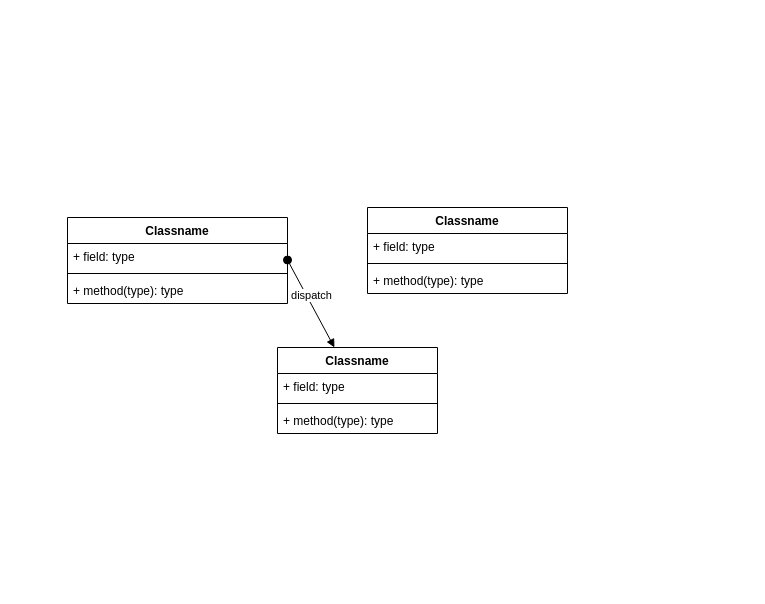
The draw.io diagram Untitled Diagram.drawio in eternalsad/design_information_systems, before the edit. Source tidied: cells renumbered, new cells numbered last; positions are measured from the earlier drawing's top-left corner, leaving out a move shared by most shapes. Both pictures are drawn from the tidied source at 100%, with x=0, y=0 at pixel (67, 207).
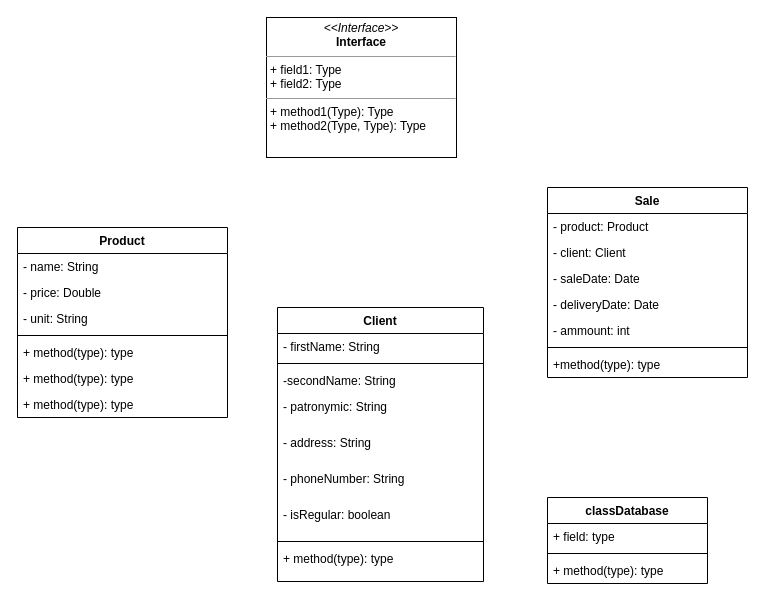
Above is the later version.

Commit message:
add: add base classes

Change to the diagram source:
```diff
@@
+    <mxCell id="15" value="&lt;p style=&quot;margin:0px;margin-top:4px;text-align:center;&quot;&gt;&lt;i&gt;&amp;lt;&amp;lt;Interface&amp;gt;&amp;gt;&lt;/i&gt;&lt;br/&gt;&lt;b&gt;Interface&lt;/b&gt;&lt;/p&gt;&lt;hr size=&quot;1&quot;/&gt;&lt;p style=&quot;margin:0px;margin-left:4px;&quot;&gt;+ field1: Type&lt;br/&gt;+ field2: Type&lt;/p&gt;&lt;hr size=&quot;1&quot;/&gt;&lt;p style=&quot;margin:0px;margin-left:4px;&quot;&gt;+ method1(Type): Type&lt;br/&gt;+ method2(Type, Type): Type&lt;/p&gt;" style="verticalAlign=top;align=left;overflow=fill;fontSize=12;fontFamily=Helvetica;html=1;" parent="1" vertex="1">
+      <mxGeometry x="199" y="-190" width="190" height="140" as="geometry" />
+    </mxCell>
-    <mxCell id="2" value="Classname" style="swimlane;fontStyle=1;align=center;verticalAlign=top;horizontal=1;startSize=26;" parent="1" vertex="1">
-      <mxGeometry y="10" width="220" height="86" as="geometry" />
+    <mxCell id="2" value="Product" style="swimlane;fontStyle=1;align=center;verticalAlign=top;horizontal=1;startSize=26;" parent="1" vertex="1">
+      <mxGeometry x="-50" y="20" width="210" height="190" as="geometry" />
     </mxCell>
-    <mxCell id="3" value="+ field: type" style="text;strokeColor=none;fillColor=none;align=left;verticalAlign=top;spacingLeft=4;spacingRight=4;overflow=hidden;" parent="2" vertex="1">
-      <mxGeometry y="26" width="220" height="26" as="geometry" />
+    <mxCell id="3" value="- name: String" style="text;strokeColor=none;fillColor=none;align=left;verticalAlign=top;spacingLeft=4;spacingRight=4;overflow=hidden;" parent="2" vertex="1">
+      <mxGeometry y="26" width="210" height="26" as="geometry" />
     </mxCell>
-    <mxCell id="4" style="line;strokeWidth=1;fillColor=none;align=left;verticalAlign=middle;spacingTop=-1;spacingLeft=3;spacingRight=3;labelPosition=right;" parent="2" vertex="1">
-      <mxGeometry y="52" width="220" height="8" as="geometry" />
-    </mxCell>
+    <mxCell id="16" value="- price: Double" style="text;strokeColor=none;fillColor=none;align=left;verticalAlign=top;spacingLeft=4;spacingRight=4;overflow=hidden;" parent="2" vertex="1">
+      <mxGeometry y="52" width="210" height="26" as="geometry" />
+    </mxCell>
+    <mxCell id="17" value="- unit: String" style="text;strokeColor=none;fillColor=none;align=left;verticalAlign=top;spacingLeft=4;spacingRight=4;overflow=hidden;" parent="2" vertex="1">
+      <mxGeometry y="78" width="210" height="26" as="geometry" />
+    </mxCell>
+    <mxCell id="18" style="line;strokeWidth=1;fillColor=none;align=left;verticalAlign=middle;spacingTop=-1;spacingLeft=3;spacingRight=3;labelPosition=right;" parent="2" vertex="1">
+      <mxGeometry y="104" width="210" height="8" as="geometry" />
+    </mxCell>
     <mxCell id="5" value="+ method(type): type" style="text;strokeColor=none;fillColor=none;align=left;verticalAlign=top;spacingLeft=4;spacingRight=4;overflow=hidden;" parent="2" vertex="1">
-      <mxGeometry y="60" width="220" height="26" as="geometry" />
+      <mxGeometry y="112" width="210" height="26" as="geometry" />
     </mxCell>
-    <mxCell id="6" value="Classname" style="swimlane;fontStyle=1;align=center;verticalAlign=top;horizontal=1;startSize=26;" parent="1" vertex="1">
-      <mxGeometry x="300" width="200" height="86" as="geometry" />
-    </mxCell>
-    <mxCell id="7" value="+ field: type" style="text;strokeColor=none;fillColor=none;align=left;verticalAlign=top;spacingLeft=4;spacingRight=4;overflow=hidden;" parent="6" vertex="1">
-      <mxGeometry y="26" width="200" height="26" as="geometry" />
-    </mxCell>
-    <mxCell id="8" style="line;strokeWidth=1;fillColor=none;align=left;verticalAlign=middle;spacingTop=-1;spacingLeft=3;spacingRight=3;labelPosition=right;" parent="6" vertex="1">
-      <mxGeometry y="52" width="200" height="8" as="geometry" />
-    </mxCell>
-    <mxCell id="9" value="+ method(type): type" style="text;strokeColor=none;fillColor=none;align=left;verticalAlign=top;spacingLeft=4;spacingRight=4;overflow=hidden;" parent="6" vertex="1">
-      <mxGeometry y="60" width="200" height="26" as="geometry" />
-    </mxCell>
+    <mxCell id="19" value="+ method(type): type" style="text;strokeColor=none;fillColor=none;align=left;verticalAlign=top;spacingLeft=4;spacingRight=4;overflow=hidden;" parent="2" vertex="1">
+      <mxGeometry y="138" width="210" height="26" as="geometry" />
+    </mxCell>
+    <mxCell id="20" value="+ method(type): type" style="text;strokeColor=none;fillColor=none;align=left;verticalAlign=top;spacingLeft=4;spacingRight=4;overflow=hidden;" parent="2" vertex="1">
+      <mxGeometry y="164" width="210" height="26" as="geometry" />
+    </mxCell>
-    <mxCell id="10" value="Classname" style="swimlane;fontStyle=1;align=center;verticalAlign=top;horizontal=1;startSize=26;" parent="1" vertex="1">
-      <mxGeometry x="210" y="140" width="160" height="86" as="geometry" />
+    <mxCell id="10" value="Client" style="swimlane;fontStyle=1;align=center;verticalAlign=top;horizontal=1;startSize=26;" parent="1" vertex="1">
+      <mxGeometry x="210" y="100" width="206" height="274" as="geometry" />
     </mxCell>
-    <mxCell id="11" value="+ field: type" style="text;strokeColor=none;fillColor=none;align=left;verticalAlign=top;spacingLeft=4;spacingRight=4;overflow=hidden;" parent="10" vertex="1">
-      <mxGeometry y="26" width="160" height="26" as="geometry" />
+    <mxCell id="11" value="- firstName: String" style="text;strokeColor=none;fillColor=none;align=left;verticalAlign=top;spacingLeft=4;spacingRight=4;overflow=hidden;" parent="10" vertex="1">
+      <mxGeometry y="26" width="206" height="26" as="geometry" />
     </mxCell>
     <mxCell id="12" style="line;strokeWidth=1;fillColor=none;align=left;verticalAlign=middle;spacingTop=-1;spacingLeft=3;spacingRight=3;labelPosition=right;" parent="10" vertex="1">
-      <mxGeometry y="52" width="160" height="8" as="geometry" />
+      <mxGeometry y="52" width="206" height="8" as="geometry" />
     </mxCell>
+    <mxCell id="21" value="-secondName: String" style="text;strokeColor=none;fillColor=none;align=left;verticalAlign=top;spacingLeft=4;spacingRight=4;overflow=hidden;" parent="10" vertex="1">
+      <mxGeometry y="60" width="206" height="26" as="geometry" />
+    </mxCell>
+    <mxCell id="22" value="- patronymic: String" style="text;strokeColor=none;fillColor=none;align=left;verticalAlign=top;spacingLeft=4;spacingRight=4;overflow=hidden;" parent="10" vertex="1">
+      <mxGeometry y="86" width="206" height="36" as="geometry" />
+    </mxCell>
+    <mxCell id="23" value="- address: String" style="text;strokeColor=none;fillColor=none;align=left;verticalAlign=top;spacingLeft=4;spacingRight=4;overflow=hidden;" parent="10" vertex="1">
+      <mxGeometry y="122" width="206" height="36" as="geometry" />
+    </mxCell>
+    <mxCell id="24" value="- phoneNumber: String" style="text;strokeColor=none;fillColor=none;align=left;verticalAlign=top;spacingLeft=4;spacingRight=4;overflow=hidden;" parent="10" vertex="1">
+      <mxGeometry y="158" width="206" height="36" as="geometry" />
+    </mxCell>
+    <mxCell id="25" value="- isRegular: boolean" style="text;strokeColor=none;fillColor=none;align=left;verticalAlign=top;spacingLeft=4;spacingRight=4;overflow=hidden;" parent="10" vertex="1">
+      <mxGeometry y="194" width="206" height="36" as="geometry" />
+    </mxCell>
+    <mxCell id="26" style="line;strokeWidth=1;fillColor=none;align=left;verticalAlign=middle;spacingTop=-1;spacingLeft=3;spacingRight=3;labelPosition=right;" parent="10" vertex="1">
+      <mxGeometry y="230" width="206" height="8" as="geometry" />
+    </mxCell>
     <mxCell id="13" value="+ method(type): type" style="text;strokeColor=none;fillColor=none;align=left;verticalAlign=top;spacingLeft=4;spacingRight=4;overflow=hidden;" parent="10" vertex="1">
-      <mxGeometry y="60" width="160" height="26" as="geometry" />
+      <mxGeometry y="238" width="206" height="36" as="geometry" />
     </mxCell>
-    <mxCell id="14" value="dispatch" style="html=1;verticalAlign=bottom;startArrow=oval;startFill=1;endArrow=block;startSize=8;" parent="1" edge="1" target="10">
-      <mxGeometry relative="1" as="geometry">
-        <mxPoint x="220" y="52.5" as="sourcePoint" />
-      </mxGeometry>
-    </mxCell>
+    <mxCell id="6" value="Sale" style="swimlane;fontStyle=1;align=center;verticalAlign=top;horizontal=1;startSize=26;" parent="1" vertex="1">
+      <mxGeometry x="480" y="-20" width="200" height="190" as="geometry" />
+    </mxCell>
+    <mxCell id="7" value="- product: Product" style="text;strokeColor=none;fillColor=none;align=left;verticalAlign=top;spacingLeft=4;spacingRight=4;overflow=hidden;" parent="6" vertex="1">
+      <mxGeometry y="26" width="200" height="26" as="geometry" />
+    </mxCell>
+    <mxCell id="27" value="- client: Client" style="text;strokeColor=none;fillColor=none;align=left;verticalAlign=top;spacingLeft=4;spacingRight=4;overflow=hidden;" parent="6" vertex="1">
+      <mxGeometry y="52" width="200" height="26" as="geometry" />
+    </mxCell>
+    <mxCell id="9" value="- saleDate: Date" style="text;strokeColor=none;fillColor=none;align=left;verticalAlign=top;spacingLeft=4;spacingRight=4;overflow=hidden;" parent="6" vertex="1">
+      <mxGeometry y="78" width="200" height="26" as="geometry" />
+    </mxCell>
+    <mxCell id="28" value="- deliveryDate: Date" style="text;strokeColor=none;fillColor=none;align=left;verticalAlign=top;spacingLeft=4;spacingRight=4;overflow=hidden;" parent="6" vertex="1">
+      <mxGeometry y="104" width="200" height="26" as="geometry" />
+    </mxCell>
+    <mxCell id="29" value="- ammount: int" style="text;strokeColor=none;fillColor=none;align=left;verticalAlign=top;spacingLeft=4;spacingRight=4;overflow=hidden;" parent="6" vertex="1">
+      <mxGeometry y="130" width="200" height="26" as="geometry" />
+    </mxCell>
+    <mxCell id="30" style="line;strokeWidth=1;fillColor=none;align=left;verticalAlign=middle;spacingTop=-1;spacingLeft=3;spacingRight=3;labelPosition=right;" parent="6" vertex="1">
+      <mxGeometry y="156" width="200" height="8" as="geometry" />
+    </mxCell>
+    <mxCell id="31" value="+method(type): type" style="text;strokeColor=none;fillColor=none;align=left;verticalAlign=top;spacingLeft=4;spacingRight=4;overflow=hidden;" parent="6" vertex="1">
+      <mxGeometry y="164" width="200" height="26" as="geometry" />
+    </mxCell>
+    <mxCell id="32" value="classDatabase" style="swimlane;fontStyle=1;align=center;verticalAlign=top;horizontal=1;startSize=26;" parent="1" vertex="1">
+      <mxGeometry x="480" y="290" width="160" height="86" as="geometry" />
+    </mxCell>
+    <mxCell id="33" value="+ field: type" style="text;strokeColor=none;fillColor=none;align=left;verticalAlign=top;spacingLeft=4;spacingRight=4;overflow=hidden;" parent="32" vertex="1">
+      <mxGeometry y="26" width="160" height="26" as="geometry" />
+    </mxCell>
+    <mxCell id="34" style="line;strokeWidth=1;fillColor=none;align=left;verticalAlign=middle;spacingTop=-1;spacingLeft=3;spacingRight=3;labelPosition=right;" parent="32" vertex="1">
+      <mxGeometry y="52" width="160" height="8" as="geometry" />
+    </mxCell>
+    <mxCell id="35" value="+ method(type): type" style="text;strokeColor=none;fillColor=none;align=left;verticalAlign=top;spacingLeft=4;spacingRight=4;overflow=hidden;" parent="32" vertex="1">
+      <mxGeometry y="60" width="160" height="26" as="geometry" />
+    </mxCell>
```
